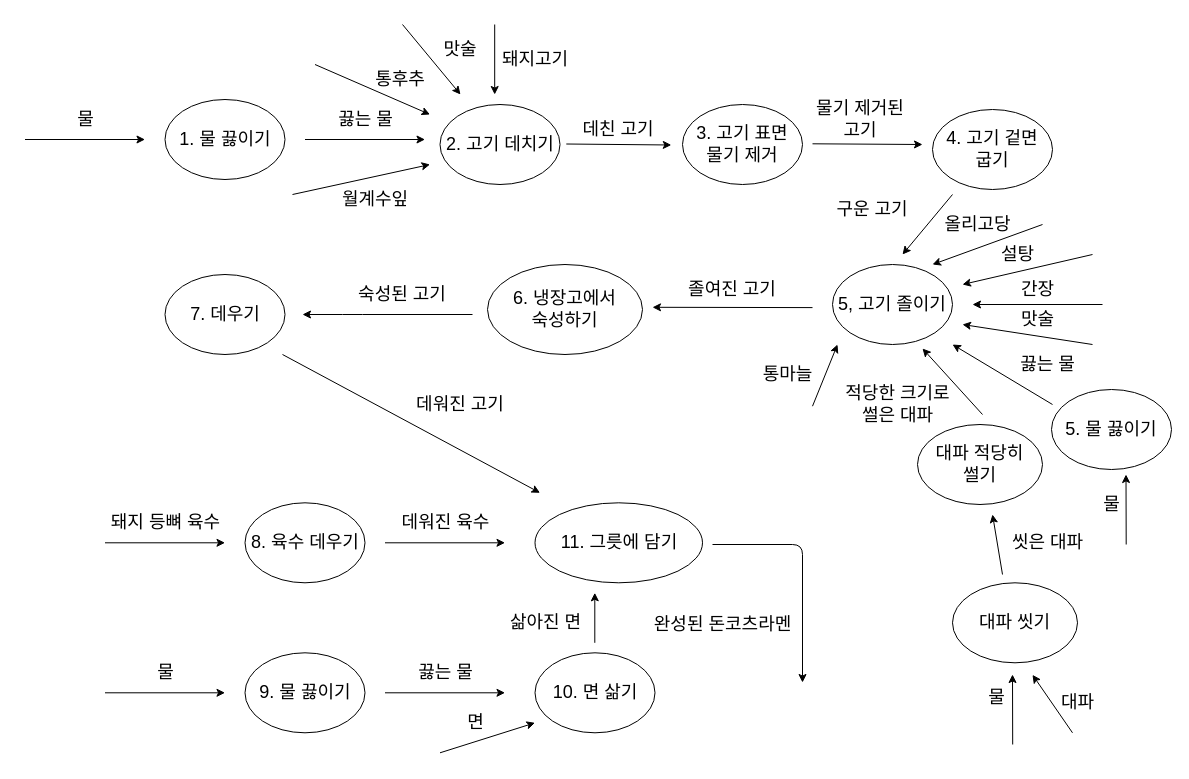
Earlier version of the draw.io diagram Untitled Diagram2.drawio (jgy2808/Algorithm). Source tidied: cells renumbered, new cells numbered last; positions are measured from the earlier drawing's top-left corner, leaving out a move shared by most shapes. Both pictures are drawn from the tidied source at 100%, with x=0, y=0 at pixel (24, 24).
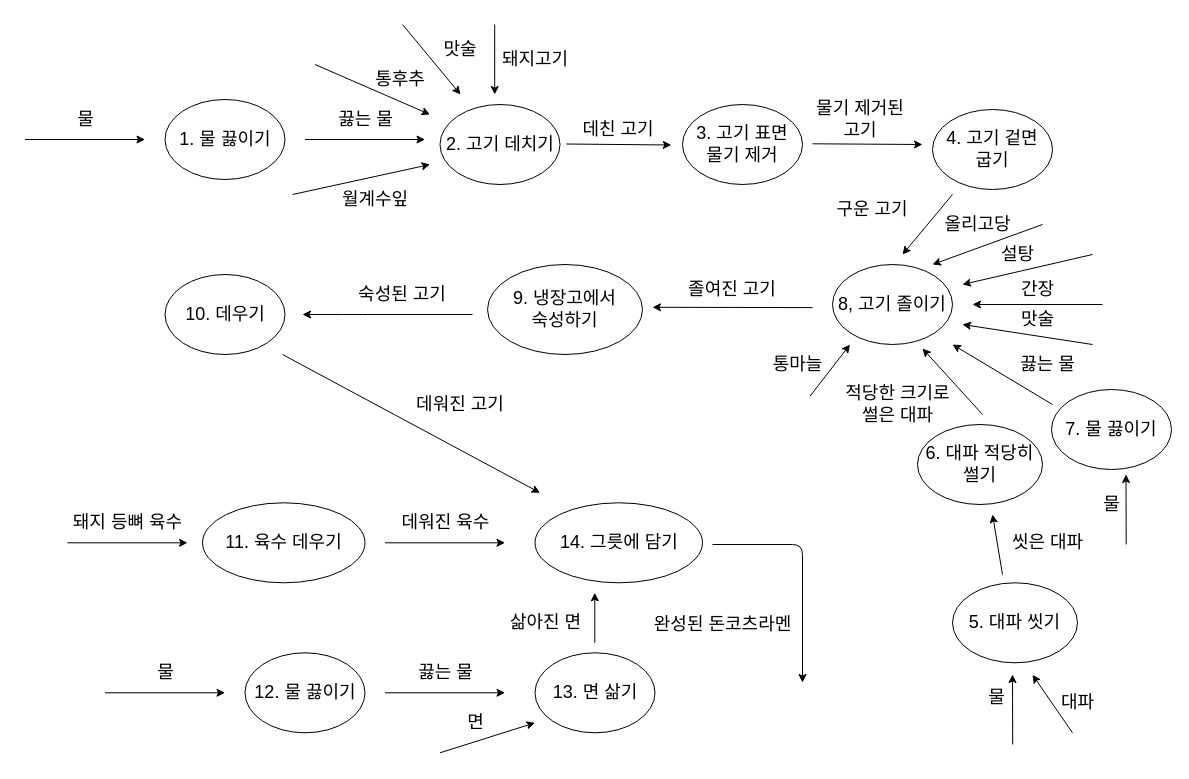
Above is the later version.

Change to the diagram source:
```diff
@@
-    <mxCell id="8" value="&lt;span style=&quot;font-size: 18px&quot;&gt;6. 냉장고에서&lt;br&gt;숙성하기&lt;/span&gt;" style="ellipse;whiteSpace=wrap;html=1;" parent="1" vertex="1">
+    <mxCell id="8" value="&lt;span style=&quot;font-size: 18px&quot;&gt;9. 냉장고에서&lt;br&gt;숙성하기&lt;/span&gt;" style="ellipse;whiteSpace=wrap;html=1;" parent="1" vertex="1">
       <mxGeometry x="463" y="240" width="155" height="90" as="geometry" />
     </mxCell>
-    <mxCell id="9" value="&lt;font style=&quot;font-size: 18px&quot;&gt;5, 고기 졸이기&lt;/font&gt;" style="ellipse;whiteSpace=wrap;html=1;" parent="1" vertex="1">
+    <mxCell id="9" value="&lt;font style=&quot;font-size: 18px&quot;&gt;8, 고기 졸이기&lt;/font&gt;" style="ellipse;whiteSpace=wrap;html=1;" parent="1" vertex="1">
       <mxGeometry x="808" y="240" width="120" height="80" as="geometry" />
     </mxCell>
@@
-    <mxCell id="15" value="&lt;span style=&quot;font-size: 18px&quot;&gt;7. 데우기&lt;br&gt;&lt;/span&gt;" style="ellipse;whiteSpace=wrap;html=1;" parent="1" vertex="1">
+    <mxCell id="15" value="&lt;span style=&quot;font-size: 18px&quot;&gt;10. 데우기&lt;br&gt;&lt;/span&gt;" style="ellipse;whiteSpace=wrap;html=1;" parent="1" vertex="1">
       <mxGeometry x="140.5" y="250" width="120" height="80" as="geometry" />
     </mxCell>
@@
-    <mxCell id="35" value="&lt;span style=&quot;font-size: 18px&quot;&gt;9. 물 끓이기&lt;br&gt;&lt;/span&gt;" style="ellipse;whiteSpace=wrap;html=1;" parent="1" vertex="1">
+    <mxCell id="35" value="&lt;span style=&quot;font-size: 18px&quot;&gt;12. 물 끓이기&lt;br&gt;&lt;/span&gt;" style="ellipse;whiteSpace=wrap;html=1;" parent="1" vertex="1">
       <mxGeometry x="220.5" y="628.3" width="120" height="80" as="geometry" />
     </mxCell>
@@
-    <mxCell id="38" value="&lt;span style=&quot;font-size: 18px&quot;&gt;10. 면 삶기&lt;br&gt;&lt;/span&gt;" style="ellipse;whiteSpace=wrap;html=1;" parent="1" vertex="1">
+    <mxCell id="38" value="&lt;span style=&quot;font-size: 18px&quot;&gt;13. 면 삶기&lt;br&gt;&lt;/span&gt;" style="ellipse;whiteSpace=wrap;html=1;" parent="1" vertex="1">
       <mxGeometry x="510.5" y="628.3" width="120" height="80" as="geometry" />
     </mxCell>
     <mxCell id="39" style="endArrow=classic;html=1;" parent="1" edge="1">
       <mxGeometry relative="1" as="geometry">
-        <mxPoint x="80.5" y="518.3" as="sourcePoint" />
-        <mxPoint x="200.5" y="518.3" as="targetPoint" />
+        <mxPoint x="43" y="518.3" as="sourcePoint" />
+        <mxPoint x="163" y="518.3" as="targetPoint" />
       </mxGeometry>
     </mxCell>
     <mxCell id="40" value="&lt;font style=&quot;font-size: 18px&quot;&gt;돼지 등뼈 육수&lt;/font&gt;" style="text;html=1;align=center;verticalAlign=middle;strokeColor=none;fillColor=none;" parent="1" vertex="1">
-      <mxGeometry x="75.5" y="488.3" width="130" height="20" as="geometry" />
+      <mxGeometry x="38" y="488.3" width="130" height="20" as="geometry" />
     </mxCell>
-    <mxCell id="41" value="&lt;span style=&quot;font-size: 18px&quot;&gt;8. 육수 데우기&lt;br&gt;&lt;/span&gt;" style="ellipse;whiteSpace=wrap;html=1;" parent="1" vertex="1">
-      <mxGeometry x="220.5" y="478.3" width="120" height="80" as="geometry" />
+    <mxCell id="41" value="&lt;span style=&quot;font-size: 18px&quot;&gt;11. 육수 데우기&lt;br&gt;&lt;/span&gt;" style="ellipse;whiteSpace=wrap;html=1;" parent="1" vertex="1">
+      <mxGeometry x="178" y="478.3" width="162.5" height="80" as="geometry" />
     </mxCell>
@@
-    <mxCell id="44" value="&lt;span style=&quot;font-size: 18px&quot;&gt;11. 그릇에 담기&lt;br&gt;&lt;/span&gt;" style="ellipse;whiteSpace=wrap;html=1;" parent="1" vertex="1">
+    <mxCell id="44" value="&lt;span style=&quot;font-size: 18px&quot;&gt;14. 그릇에 담기&lt;br&gt;&lt;/span&gt;" style="ellipse;whiteSpace=wrap;html=1;" parent="1" vertex="1">
       <mxGeometry x="510.5" y="478.3" width="167.5" height="80" as="geometry" />
     </mxCell>
@@
-    <mxCell id="55" value="&lt;span style=&quot;font-size: 18px&quot;&gt;5. 물 끓이기&lt;br&gt;&lt;/span&gt;" style="ellipse;whiteSpace=wrap;html=1;" parent="1" vertex="1">
+    <mxCell id="55" value="&lt;span style=&quot;font-size: 18px&quot;&gt;7. 물 끓이기&lt;br&gt;&lt;/span&gt;" style="ellipse;whiteSpace=wrap;html=1;" parent="1" vertex="1">
       <mxGeometry x="1027" y="365" width="120" height="80" as="geometry" />
     </mxCell>
@@
-    <mxCell id="61" value="&lt;span style=&quot;font-size: 18px&quot;&gt;대파 씻기&lt;br&gt;&lt;/span&gt;" style="ellipse;whiteSpace=wrap;html=1;" parent="1" vertex="1">
+    <mxCell id="61" value="&lt;span style=&quot;font-size: 18px&quot;&gt;5. 대파 씻기&lt;br&gt;&lt;/span&gt;" style="ellipse;whiteSpace=wrap;html=1;" parent="1" vertex="1">
       <mxGeometry x="928" y="558.3" width="125" height="80" as="geometry" />
     </mxCell>
@@
     <mxCell id="64" style="endArrow=classic;html=1;" parent="1" edge="1">
       <mxGeometry relative="1" as="geometry">
-        <mxPoint x="788" y="381.7" as="sourcePoint" />
-        <mxPoint x="813" y="320" as="targetPoint" />
+        <mxPoint x="785.5" y="371.7" as="sourcePoint" />
+        <mxPoint x="825.5" y="320" as="targetPoint" />
       </mxGeometry>
     </mxCell>
     <mxCell id="65" value="&lt;font style=&quot;font-size: 18px&quot;&gt;통마늘&lt;/font&gt;" style="text;html=1;align=center;verticalAlign=middle;strokeColor=none;fillColor=none;" parent="1" vertex="1">
-      <mxGeometry x="728" y="340" width="70" height="20" as="geometry" />
+      <mxGeometry x="738" y="330" width="70" height="20" as="geometry" />
     </mxCell>
@@
-    <mxCell id="74" value="&lt;span style=&quot;font-size: 18px&quot;&gt;대파 적당히&lt;br&gt;썰기&lt;br&gt;&lt;/span&gt;" style="ellipse;whiteSpace=wrap;html=1;" parent="1" vertex="1">
+    <mxCell id="74" value="&lt;span style=&quot;font-size: 18px&quot;&gt;6. 대파 적당히&lt;br&gt;썰기&lt;br&gt;&lt;/span&gt;" style="ellipse;whiteSpace=wrap;html=1;" parent="1" vertex="1">
       <mxGeometry x="893" y="400" width="125" height="80" as="geometry" />
     </mxCell>
```
